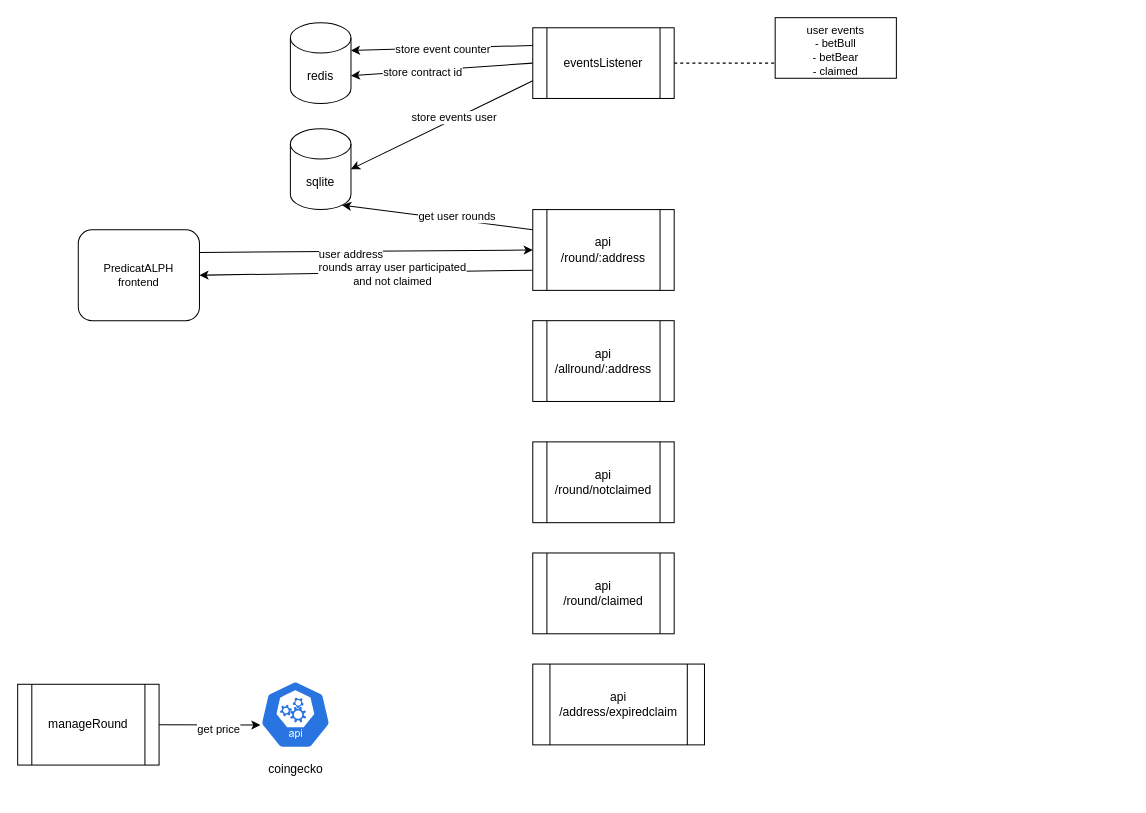
This is page "Page-1" (1 of 6) of docs/diagram.drawio from notrustverify/predictalph-contracts, a draw.io file, before an edit. Source tidied: cells renumbered, new cells numbered last; positions are measured from the earlier drawing's top-left corner, leaving out a move shared by most shapes. Both pictures are drawn from the tidied source at 101%, with x=0, y=0 at pixel (17, 17).
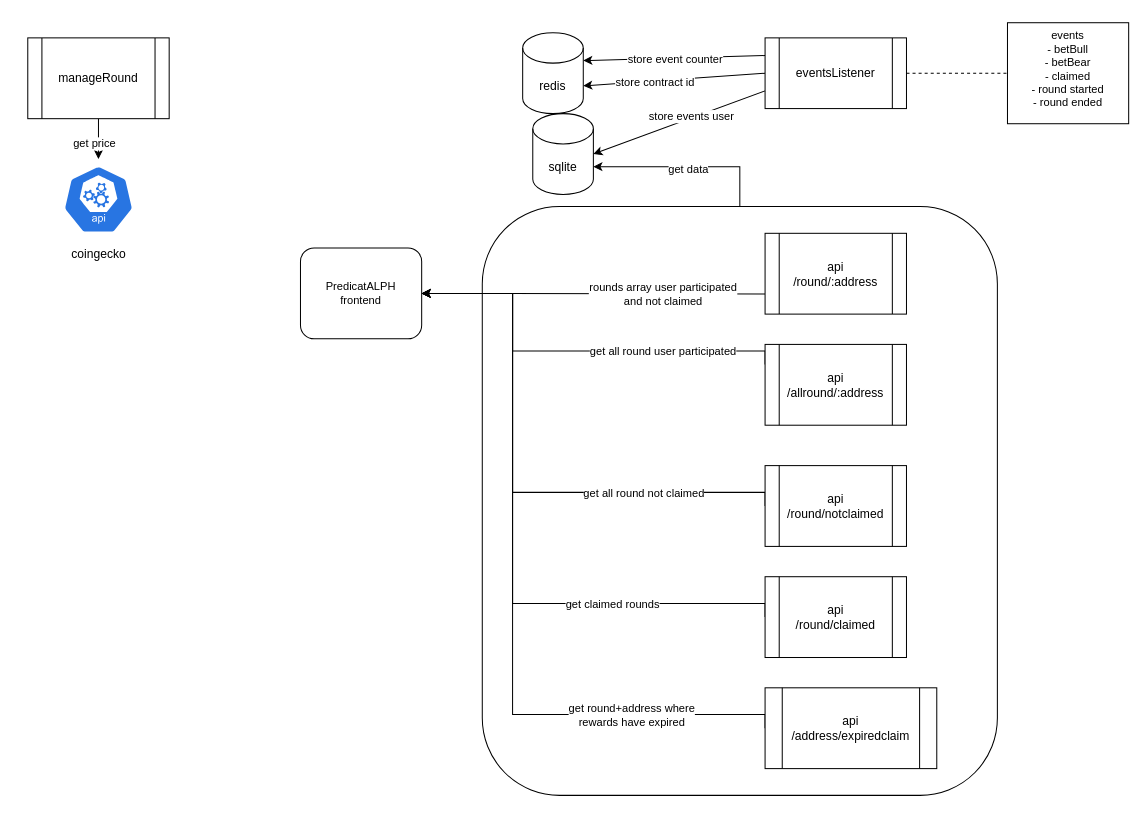
After the change.

The change refers to these unchanged cells:
```xml
<mxCell id="10" style="edgeStyle=none;rounded=0;jettySize=auto;html=1;exitX=0;exitY=0.75;exitDx=0;exitDy=0;entryX=1;entryY=0.5;entryDx=0;entryDy=0;fontFamily=Helvetica;fontSize=11;" parent="1" edge="1" source="14" target="20">
  <mxGeometry relative="1" as="geometry" />
</mxCell>
```

What changed in the source:
```diff
@@
+    <mxCell id="29" style="edgeStyle=orthogonalEdgeStyle;rounded=0;jettySize=auto;html=1;exitX=0.5;exitY=0;exitDx=0;exitDy=0;entryX=1;entryY=0;entryDx=0;entryDy=52.5;entryPerimeter=0;" parent="1" edge="1" source="31" target="9">
+      <mxGeometry relative="1" as="geometry" />
+    </mxCell>
+    <mxCell id="30" value="get data" style="edgeLabel;html=1;align=center;verticalAlign=middle;" parent="29" vertex="1">
+      <mxGeometry x="-0.01" y="2" relative="1" as="geometry" />
+    </mxCell>
+    <mxCell id="31" style="rounded=1;whiteSpace=wrap;html=1;fillColor=none;" parent="1" vertex="1">
+      <mxGeometry x="460" y="187" width="510" height="583" as="geometry" />
+    </mxCell>
-    <mxCell id="2" style="edgeStyle=none;rounded=0;jettySize=auto;html=1;exitX=1;exitY=0.5;exitDx=0;exitDy=0;entryX=0;entryY=0.75;entryDx=0;entryDy=0;fontFamily=Helvetica;fontSize=11;endArrow=none;endFill=0;dashed=1;" parent="1" edge="1" source="5" target="21">
+    <mxCell id="2" style="edgeStyle=none;rounded=0;jettySize=auto;html=1;exitX=1;exitY=0.5;exitDx=0;exitDy=0;entryX=0;entryY=0.5;entryDx=0;entryDy=0;fontFamily=Helvetica;fontSize=11;endArrow=none;endFill=0;dashed=1;" parent="1" edge="1" source="5" target="21">
       <mxGeometry relative="1" as="geometry" />
     </mxCell>
@@
     <mxCell id="5" value="eventsListener" style="shape=process;whiteSpace=wrap;html=1;backgroundOutline=1;" parent="1" vertex="1">
-      <mxGeometry x="510" y="10" width="140" height="70" as="geometry" />
+      <mxGeometry x="740" y="20" width="140" height="70" as="geometry" />
     </mxCell>
-    <mxCell id="6" style="edgeStyle=none;rounded=0;jettySize=auto;html=1;exitX=1;exitY=0.5;exitDx=0;exitDy=0;entryX=0.005;entryY=0.63;entryDx=0;entryDy=0;entryPerimeter=0;" parent="1" edge="1" source="8" target="17">
+    <mxCell id="6" style="edgeStyle=none;rounded=0;jettySize=auto;html=1;exitX=0.5;exitY=1;exitDx=0;exitDy=0;entryX=0.5;entryY=0;entryDx=0;entryDy=0;entryPerimeter=0;" parent="1" edge="1" source="8" target="17">
       <mxGeometry relative="1" as="geometry" />
     </mxCell>
@@
     <mxCell id="8" value="manageRound" style="shape=process;whiteSpace=wrap;html=1;backgroundOutline=1;" parent="1" vertex="1">
-      <mxGeometry y="660" width="140" height="80" as="geometry" />
+      <mxGeometry x="10" y="20" width="140" height="80" as="geometry" />
     </mxCell>
     <mxCell id="9" value="sqlite" style="shape=cylinder3;whiteSpace=wrap;html=1;boundedLbl=1;backgroundOutline=1;size=15;" parent="1" vertex="1">
-      <mxGeometry x="270" y="110" width="60" height="80" as="geometry" />
+      <mxGeometry x="510" y="95" width="60" height="80" as="geometry" />
     </mxCell>
@@
     <mxCell id="11" value="rounds array user participated&lt;br&gt;and not claimed" style="edgeLabel;html=1;align=center;verticalAlign=middle;fontSize=11;fontFamily=Helvetica;" parent="10" vertex="1">
-      <mxGeometry x="-0.15" y="1" relative="1" as="geometry" />
+      <mxGeometry x="-0.15" y="1" relative="1" as="geometry">
+        <mxPoint x="44" y="-1" as="offset" />
+      </mxGeometry>
     </mxCell>
-    <mxCell id="12" style="edgeStyle=none;rounded=0;jettySize=auto;html=1;exitX=0;exitY=0.25;exitDx=0;exitDy=0;entryX=0.855;entryY=1;entryDx=0;entryDy=-4.35;entryPerimeter=0;fontFamily=Helvetica;fontSize=11;" parent="1" edge="1" source="14" target="9">
-      <mxGeometry relative="1" as="geometry" />
-    </mxCell>
-    <mxCell id="13" value="get user rounds" style="edgeLabel;html=1;align=center;verticalAlign=middle;fontSize=11;fontFamily=Helvetica;" parent="12" vertex="1">
-      <mxGeometry x="-0.19" y="-4" relative="1" as="geometry" />
-    </mxCell>
     <mxCell id="14" value="api&lt;br&gt;/round/:address" style="shape=process;whiteSpace=wrap;html=1;backgroundOutline=1;" parent="1" vertex="1">
-      <mxGeometry x="510" y="190" width="140" height="80" as="geometry" />
+      <mxGeometry x="740" y="213.5" width="140" height="80" as="geometry" />
     </mxCell>
@@
     <mxCell id="17" value="coingecko" style="sketch=0;html=1;dashed=0;whitespace=wrap;fillColor=#2875E2;strokeColor=#ffffff;points=[[0.005,0.63,0],[0.1,0.2,0],[0.9,0.2,0],[0.5,0,0],[0.995,0.63,0],[0.72,0.99,0],[0.5,1,0],[0.28,0.99,0]];verticalLabelPosition=bottom;align=center;verticalAlign=top;shape=mxgraph.kubernetes.icon;prIcon=api;" parent="1" vertex="1">
-      <mxGeometry x="240" y="650" width="70" height="80" as="geometry" />
+      <mxGeometry x="45" y="140" width="70" height="80" as="geometry" />
     </mxCell>
-    <mxCell id="18" style="rounded=0;jettySize=auto;html=1;exitX=1;exitY=0.25;exitDx=0;exitDy=0;entryX=0;entryY=0.5;entryDx=0;entryDy=0;fontFamily=Helvetica;fontSize=11;" parent="1" edge="1" source="20" target="14">
-      <mxGeometry relative="1" as="geometry" />
-    </mxCell>
-    <mxCell id="19" value="user address" style="edgeLabel;html=1;align=center;verticalAlign=middle;fontSize=11;fontFamily=Helvetica;" parent="18" vertex="1">
-      <mxGeometry x="-0.1" y="-2" relative="1" as="geometry" />
-    </mxCell>
     <mxCell id="20" value="PredicatALPH&lt;br&gt;frontend" style="rounded=1;whiteSpace=wrap;html=1;labelBackgroundColor=none;fontFamily=Helvetica;fontSize=11;" parent="1" vertex="1">
-      <mxGeometry x="60" y="210" width="120" height="90" as="geometry" />
+      <mxGeometry x="280" y="228" width="120" height="90" as="geometry" />
     </mxCell>
-    <mxCell id="21" value="user events&lt;br&gt;- betBull&lt;br&gt;- betBear&lt;br&gt;- claimed" style="rounded=0;whiteSpace=wrap;html=1;labelBackgroundColor=none;fontFamily=Helvetica;fontSize=11;align=center;verticalAlign=top;" parent="1" vertex="1">
-      <mxGeometry x="750" width="120" height="60" as="geometry" />
+    <mxCell id="21" value="events&lt;br&gt;- betBull&lt;br&gt;- betBear&lt;br&gt;- claimed&lt;br&gt;- round started&lt;br&gt;- round ended" style="rounded=0;whiteSpace=wrap;html=1;labelBackgroundColor=none;fontFamily=Helvetica;fontSize=11;align=center;verticalAlign=top;" parent="1" vertex="1">
+      <mxGeometry x="980" y="5" width="120" height="100" as="geometry" />
     </mxCell>
@@
     <mxCell id="24" value="redis" style="shape=cylinder3;whiteSpace=wrap;html=1;boundedLbl=1;backgroundOutline=1;size=15;" parent="1" vertex="1">
-      <mxGeometry x="270" y="5" width="60" height="80" as="geometry" />
+      <mxGeometry x="500" y="15" width="60" height="80" as="geometry" />
     </mxCell>
+    <mxCell id="32" style="edgeStyle=orthogonalEdgeStyle;rounded=0;jettySize=auto;html=1;exitX=0;exitY=0.25;exitDx=0;exitDy=0;entryX=1;entryY=0.5;entryDx=0;entryDy=0;" parent="1" edge="1" source="25" target="20">
+      <mxGeometry relative="1" as="geometry">
+        <Array as="points">
+          <mxPoint x="740" y="330" />
+          <mxPoint x="490" y="330" />
+          <mxPoint x="490" y="273" />
+        </Array>
+      </mxGeometry>
+    </mxCell>
+    <mxCell id="33" value="get all round user participated" style="edgeLabel;html=1;align=center;verticalAlign=middle;" parent="32" vertex="1">
+      <mxGeometry x="-0.27" y="-1" relative="1" as="geometry">
+        <mxPoint x="35" as="offset" />
+      </mxGeometry>
+    </mxCell>
     <mxCell id="25" value="api&lt;br&gt;/allround/:address" style="shape=process;whiteSpace=wrap;html=1;backgroundOutline=1;" parent="1" vertex="1">
-      <mxGeometry x="510" y="300" width="140" height="80" as="geometry" />
+      <mxGeometry x="740" y="323.5" width="140" height="80" as="geometry" />
     </mxCell>
+    <mxCell id="34" style="edgeStyle=orthogonalEdgeStyle;rounded=0;jettySize=auto;html=1;exitX=0;exitY=0.5;exitDx=0;exitDy=0;entryX=1;entryY=0.5;entryDx=0;entryDy=0;" parent="1" edge="1" source="26" target="20">
+      <mxGeometry relative="1" as="geometry">
+        <Array as="points">
+          <mxPoint x="740" y="470" />
+          <mxPoint x="490" y="470" />
+          <mxPoint x="490" y="273" />
+        </Array>
+      </mxGeometry>
+    </mxCell>
+    <mxCell id="35" value="get all round not claimed" style="edgeLabel;html=1;align=center;verticalAlign=middle;" parent="34" vertex="1">
+      <mxGeometry x="-0.63" relative="1" as="geometry">
+        <mxPoint x="-32" as="offset" />
+      </mxGeometry>
+    </mxCell>
     <mxCell id="26" value="api&lt;br&gt;/round/notclaimed" style="shape=process;whiteSpace=wrap;html=1;backgroundOutline=1;" parent="1" vertex="1">
-      <mxGeometry x="510" y="420" width="140" height="80" as="geometry" />
+      <mxGeometry x="740" y="443.5" width="140" height="80" as="geometry" />
     </mxCell>
+    <mxCell id="36" style="edgeStyle=orthogonalEdgeStyle;rounded=0;jettySize=auto;html=1;exitX=0;exitY=0.5;exitDx=0;exitDy=0;entryX=1;entryY=0.5;entryDx=0;entryDy=0;" parent="1" edge="1" source="27" target="20">
+      <mxGeometry relative="1" as="geometry">
+        <Array as="points">
+          <mxPoint x="740" y="580" />
+          <mxPoint x="490" y="580" />
+          <mxPoint x="490" y="273" />
+        </Array>
+      </mxGeometry>
+    </mxCell>
+    <mxCell id="37" value="get claimed rounds" style="edgeLabel;html=1;align=center;verticalAlign=middle;" parent="36" vertex="1">
+      <mxGeometry x="-0.5" relative="1" as="geometry" />
+    </mxCell>
     <mxCell id="27" value="api&lt;br&gt;/round/claimed" style="shape=process;whiteSpace=wrap;html=1;backgroundOutline=1;" parent="1" vertex="1">
-      <mxGeometry x="510" y="530" width="140" height="80" as="geometry" />
+      <mxGeometry x="740" y="553.5" width="140" height="80" as="geometry" />
     </mxCell>
+    <mxCell id="38" style="edgeStyle=orthogonalEdgeStyle;rounded=0;jettySize=auto;html=1;exitX=0;exitY=0.5;exitDx=0;exitDy=0;entryX=1;entryY=0.5;entryDx=0;entryDy=0;" parent="1" edge="1" source="28" target="20">
+      <mxGeometry relative="1" as="geometry">
+        <Array as="points">
+          <mxPoint x="740" y="690" />
+          <mxPoint x="490" y="690" />
+          <mxPoint x="490" y="273" />
+        </Array>
+      </mxGeometry>
+    </mxCell>
+    <mxCell id="39" value="get round+address where&lt;br&gt;rewards have expired" style="edgeLabel;html=1;align=center;verticalAlign=middle;" parent="38" vertex="1">
+      <mxGeometry x="-0.5" y="1" relative="1" as="geometry">
+        <mxPoint x="47" y="-1" as="offset" />
+      </mxGeometry>
+    </mxCell>
     <mxCell id="28" value="api&lt;br&gt;/address/expiredclaim" style="shape=process;whiteSpace=wrap;html=1;backgroundOutline=1;" parent="1" vertex="1">
-      <mxGeometry x="510" y="640" width="170" height="80" as="geometry" />
+      <mxGeometry x="740" y="663.5" width="170" height="80" as="geometry" />
     </mxCell>
```
